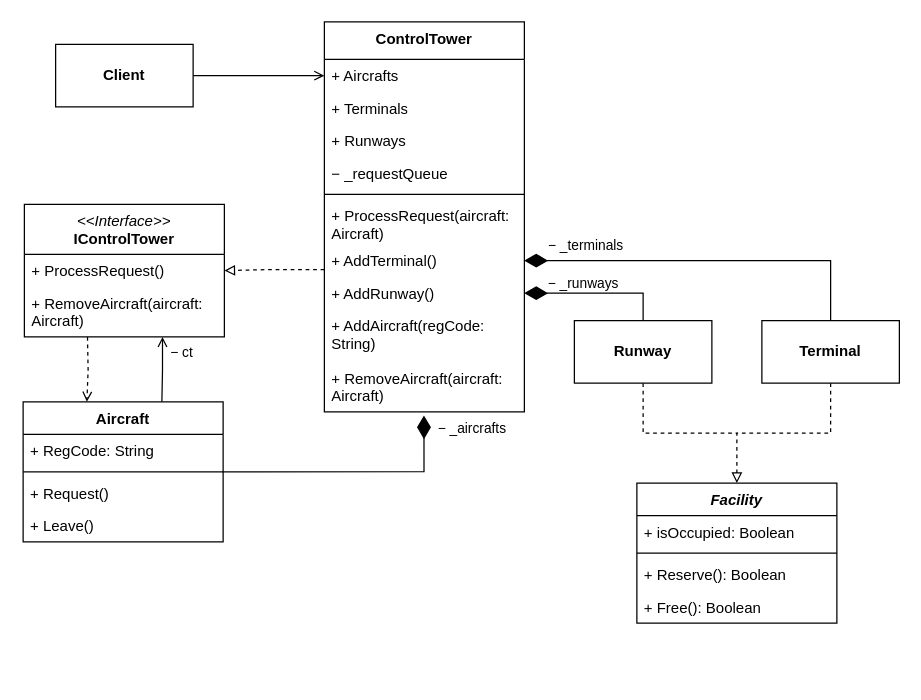
Above: Lab_3/Lab_3.drawio in 4lnULpGkuW/OOAD2 (draw.io), before the change. Source tidied: cells renumbered, new cells numbered last; positions are measured from the earlier drawing's top-left corner, leaving out a move shared by most shapes. Both pictures are drawn from the tidied source at 125%, with x=0, y=0 at pixel (22, 21).
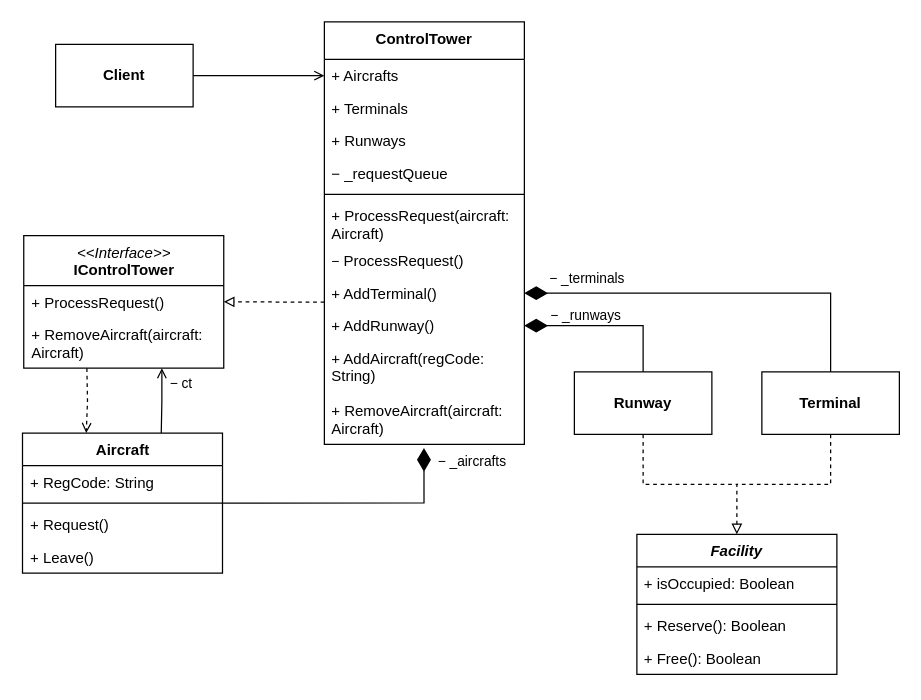
Above is the later version.

Unchanged cells that the change refers to:
```xml
<mxCell id="7" style="line;strokeWidth=1;fillColor=none;align=left;verticalAlign=middle;spacingTop=-1;spacingLeft=3;spacingRight=3;labelPosition=right;points=[];portConstraint=eastwest;strokeColor=inherit;" parent="5" vertex="1">
  <mxGeometry y="52" width="160" height="8" as="geometry" />
</mxCell>
```

What changed in the source:
```diff
@@
     <mxCell id="2" value="&lt;i style=&quot;font-weight: 400;&quot;&gt;&amp;lt;&amp;lt;Interface&amp;gt;&amp;gt;&lt;/i&gt;&lt;br&gt;IControlTower" style="swimlane;fontStyle=1;align=center;verticalAlign=top;horizontal=1;startSize=40;whiteSpace=wrap;html=1;" parent="1" vertex="1">
-      <mxGeometry x="1" y="146" width="160" height="106" as="geometry" />
+      <mxGeometry x="0.5" y="171" width="160" height="106" as="geometry" />
     </mxCell>
@@
     <mxCell id="5" value="Aircraft" style="swimlane;fontStyle=1;align=center;verticalAlign=top;horizontal=1;startSize=26;whiteSpace=wrap;html=1;" parent="1" vertex="1">
-      <mxGeometry y="304" width="160" height="112" as="geometry" />
+      <mxGeometry x="-0.5" y="329" width="160" height="112" as="geometry" />
     </mxCell>
@@
     <mxCell id="10" value="&lt;i&gt;Facility&lt;/i&gt;" style="swimlane;fontStyle=1;align=center;verticalAlign=top;horizontal=1;startSize=26;whiteSpace=wrap;html=1;" parent="1" vertex="1">
-      <mxGeometry x="491" y="369" width="160" height="112" as="geometry" />
+      <mxGeometry x="491" y="410" width="160" height="112" as="geometry" />
     </mxCell>
@@
     <mxCell id="18" value="&lt;span style=&quot;font-weight: 700;&quot;&gt;Runway&lt;/span&gt;" style="html=1;whiteSpace=wrap;" parent="1" vertex="1">
-      <mxGeometry x="441" y="239" width="110" height="50" as="geometry" />
+      <mxGeometry x="441" y="280" width="110" height="50" as="geometry" />
     </mxCell>
     <mxCell id="19" style="edgeStyle=orthogonalEdgeStyle;rounded=0;jettySize=auto;html=1;endArrow=none;startFill=0;dashed=1;" parent="1" edge="1" source="22">
       <mxGeometry relative="1" as="geometry">
-        <mxPoint x="571" y="329" as="targetPoint" />
+        <mxPoint x="571" y="370" as="targetPoint" />
         <Array as="points">
-          <mxPoint x="646" y="329" />
+          <mxPoint x="646" y="370" />
         </Array>
       </mxGeometry>
     </mxCell>
@@
     <mxCell id="22" value="&lt;span style=&quot;font-weight: 700;&quot;&gt;Terminal&lt;/span&gt;" style="html=1;whiteSpace=wrap;" parent="1" vertex="1">
-      <mxGeometry x="591" y="239" width="110" height="50" as="geometry" />
+      <mxGeometry x="591" y="280" width="110" height="50" as="geometry" />
     </mxCell>
     <mxCell id="23" value="ControlTower" style="swimlane;fontStyle=1;align=center;verticalAlign=top;horizontal=1;startSize=30;whiteSpace=wrap;html=1;" parent="1" vertex="1">
-      <mxGeometry x="241" width="160" height="312" as="geometry" />
+      <mxGeometry x="241" width="160" height="338" as="geometry" />
     </mxCell>
@@
+    <mxCell id="42" value="&lt;span style=&quot;text-wrap-mode: nowrap; font-size: 11px; text-align: center; background-color: rgb(255, 255, 255);&quot;&gt;−&lt;/span&gt;&amp;nbsp;ProcessRequest()" style="text;strokeColor=none;fillColor=none;align=left;verticalAlign=top;spacingLeft=4;spacingRight=4;overflow=hidden;whiteSpace=wrap;html=1;" parent="23" vertex="1">
+      <mxGeometry y="178" width="160" height="26" as="geometry" />
+    </mxCell>
     <mxCell id="30" value="+ AddTerminal()" style="text;strokeColor=none;fillColor=none;align=left;verticalAlign=top;spacingLeft=4;spacingRight=4;overflow=hidden;points=[[0,0.5],[1,0.5]];portConstraint=eastwest;whiteSpace=wrap;html=1;" parent="23" vertex="1">
-      <mxGeometry y="178" width="160" height="26" as="geometry" />
+      <mxGeometry y="204" width="160" height="26" as="geometry" />
     </mxCell>
     <mxCell id="31" value="+ AddRunway()" style="text;strokeColor=none;fillColor=none;align=left;verticalAlign=top;spacingLeft=4;spacingRight=4;overflow=hidden;points=[[0,0.5],[1,0.5]];portConstraint=eastwest;whiteSpace=wrap;html=1;" parent="23" vertex="1">
-      <mxGeometry y="204" width="160" height="26" as="geometry" />
+      <mxGeometry y="230" width="160" height="26" as="geometry" />
     </mxCell>
     <mxCell id="32" value="+ AddAircraft(regCode: String)" style="text;strokeColor=none;fillColor=none;align=left;verticalAlign=top;spacingLeft=4;spacingRight=4;overflow=hidden;whiteSpace=wrap;html=1;" parent="23" vertex="1">
-      <mxGeometry y="230" width="160" height="42" as="geometry" />
+      <mxGeometry y="256" width="160" height="42" as="geometry" />
     </mxCell>
     <mxCell id="33" value="+ RemoveAircraft(aircraft: Aircraft)" style="text;strokeColor=none;fillColor=none;align=left;verticalAlign=top;spacingLeft=4;spacingRight=4;overflow=hidden;points=[[0,0.5],[1,0.5]];portConstraint=eastwest;whiteSpace=wrap;html=1;" parent="23" vertex="1">
-      <mxGeometry y="272" width="160" height="40" as="geometry" />
+      <mxGeometry y="298" width="160" height="40" as="geometry" />
     </mxCell>
     <mxCell id="34" style="edgeStyle=orthogonalEdgeStyle;rounded=0;jettySize=auto;html=1;endArrow=diamondThin;endFill=1;endSize=16;entryX=0.498;entryY=1.072;entryDx=0;entryDy=0;entryPerimeter=0;exitX=0.998;exitY=0.492;exitDx=0;exitDy=0;exitPerimeter=0;" parent="1" edge="1" source="7" target="33">
       <mxGeometry relative="1" as="geometry">
         <Array as="points">
-          <mxPoint x="321" y="360" />
+          <mxPoint x="321" y="385" />
         </Array>
       </mxGeometry>
     </mxCell>
@@
     <mxCell id="38" style="edgeStyle=orthogonalEdgeStyle;rounded=0;orthogonalLoop=1;jettySize=auto;html=1;entryX=0.497;entryY=1.003;entryDx=0;entryDy=0;entryPerimeter=0;endArrow=open;endFill=0;" parent="1" edge="1">
       <mxGeometry relative="1" as="geometry">
-        <mxPoint x="111" y="303.9" as="sourcePoint" />
-        <mxPoint x="111.5" y="252" as="targetPoint" />
+        <mxPoint x="110.5" y="328.9" as="sourcePoint" />
+        <mxPoint x="111" y="277" as="targetPoint" />
       </mxGeometry>
     </mxCell>
@@
     <mxCell id="41" style="edgeStyle=orthogonalEdgeStyle;rounded=0;orthogonalLoop=1;jettySize=auto;html=1;entryX=0.497;entryY=1.003;entryDx=0;entryDy=0;entryPerimeter=0;endArrow=open;endFill=0;dashed=1;" parent="1" edge="1">
       <mxGeometry relative="1" as="geometry">
-        <mxPoint x="51.5" y="252.1" as="sourcePoint" />
-        <mxPoint x="51" y="304" as="targetPoint" />
+        <mxPoint x="51" y="277.1" as="sourcePoint" />
+        <mxPoint x="50.5" y="329" as="targetPoint" />
       </mxGeometry>
     </mxCell>
```
